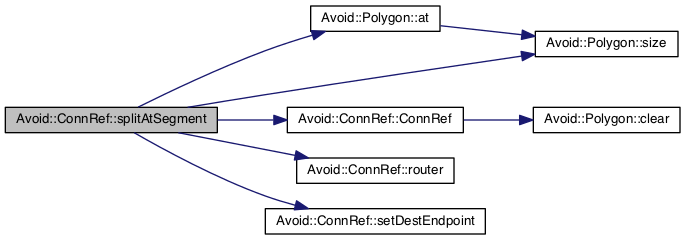
Earlier version of the Graphviz export documentation/classAvoid_1_1ConnRef_a372f58a93c0296814de8d4a3075ad5e4_cgraph.png (mjwybrow/adaptagrams). Its source is kept beside it as documentation/classAvoid_1_1ConnRef_a372f58a93c0296814de8d4a3075ad5e4_cgraph.dot.
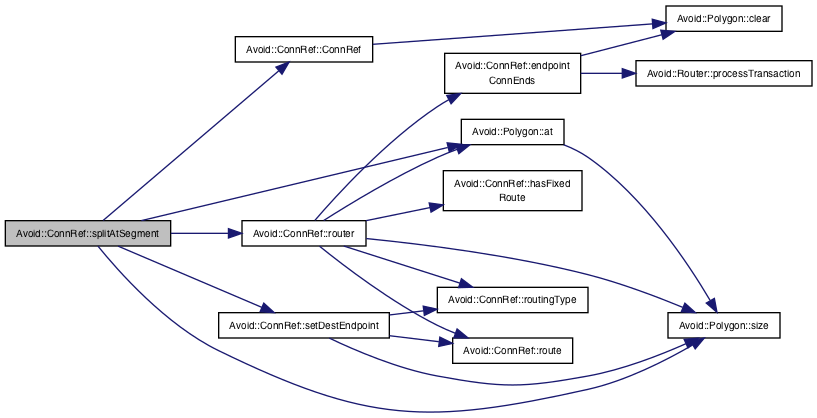
After the commit.

Change to the diagram source:
```diff
@@ -3,18 +3,34 @@
   edge [fontname="Helvetica",fontsize="10",labelfontname="Helvetica",labelfontsize="10"];
   node [fontname="Helvetica",fontsize="10",shape=record];
   rankdir="LR";
-  Node1 [label="Avoid::ConnRef::splitAtSegment",height=0.2,width=0.4,color="black", fillcolor="grey75", style="filled", fontcolor="black"];
-  Node1 -> Node2 [color="midnightblue",fontsize="10",style="solid",fontname="Helvetica"];
-  Node2 [label="Avoid::Polygon::at",height=0.2,width=0.4,color="black", fillcolor="white", style="filled",URL="$classAvoid_1_1Polygon.html#a4980ff614840f746cc539a021128fc96",tooltip="Returns a specific point in the polygon. "];
-  Node2 -> Node3 [color="midnightblue",fontsize="10",style="solid",fontname="Helvetica"];
-  Node3 [label="Avoid::Polygon::size",height=0.2,width=0.4,color="black", fillcolor="white", style="filled",URL="$classAvoid_1_1Polygon.html#a58c011bded47396fb1bbda2c1eeb9552",tooltip="Returns the number of points in this polygon. "];
-  Node1 -> Node4 [color="midnightblue",fontsize="10",style="solid",fontname="Helvetica"];
-  Node4 [label="Avoid::ConnRef::ConnRef",height=0.2,width=0.4,color="black", fillcolor="white", style="filled",URL="$classAvoid_1_1ConnRef.html#a2e08b9bb04ccf383700487932f13c980",tooltip="Constructs a connector with no endpoints specified. "];
-  Node4 -> Node5 [color="midnightblue",fontsize="10",style="solid",fontname="Helvetica"];
-  Node5 [label="Avoid::Polygon::clear",height=0.2,width=0.4,color="black", fillcolor="white", style="filled",URL="$classAvoid_1_1Polygon.html#aae0e8e58b2f358ec3f203a5e6485c660",tooltip="Resets this to the empty polygon. "];
-  Node1 -> Node6 [color="midnightblue",fontsize="10",style="solid",fontname="Helvetica"];
-  Node6 [label="Avoid::ConnRef::router",height=0.2,width=0.4,color="black", fillcolor="white", style="filled",URL="$classAvoid_1_1ConnRef.html#afdf38806b8b56e43300646a7db58443a",tooltip="Returns a pointer to the router scene this connector is in. "];
-  Node1 -> Node7 [color="midnightblue",fontsize="10",style="solid",fontname="Helvetica"];
-  Node7 [label="Avoid::ConnRef::setDestEndpoint",height=0.2,width=0.4,color="black", fillcolor="white", style="filled",URL="$classAvoid_1_1ConnRef.html#a7b216c9aa42811f1f2786adbda84f02e",tooltip="Sets just a new destination endpoint for this connector. "];
-  Node1 -> Node3 [color="midnightblue",fontsize="10",style="solid",fontname="Helvetica"];
+  Node105 [label="Avoid::ConnRef::splitAtSegment",height=0.2,width=0.4,color="black", fillcolor="grey75", style="filled", fontcolor="black"];
+  Node105 -> Node106 [color="midnightblue",fontsize="10",style="solid",fontname="Helvetica"];
+  Node106 [label="Avoid::Polygon::at",height=0.2,width=0.4,color="black", fillcolor="white", style="filled",URL="$classAvoid_1_1Polygon.html#ab2772d0cf1d0aad817a9814e20fce5ab",tooltip="Returns a specific point in the polygon. "];
+  Node106 -> Node107 [color="midnightblue",fontsize="10",style="solid",fontname="Helvetica"];
+  Node107 [label="Avoid::Polygon::size",height=0.2,width=0.4,color="black", fillcolor="white", style="filled",URL="$classAvoid_1_1Polygon.html#a2f9e9c8c78407eefbde944e663d9711e",tooltip="Returns the number of points in this polygon. "];
+  Node105 -> Node108 [color="midnightblue",fontsize="10",style="solid",fontname="Helvetica"];
+  Node108 [label="Avoid::ConnRef::ConnRef",height=0.2,width=0.4,color="black", fillcolor="white", style="filled",URL="$classAvoid_1_1ConnRef.html#a2e08b9bb04ccf383700487932f13c980",tooltip="Constructs a connector with no endpoints specified. "];
+  Node108 -> Node109 [color="midnightblue",fontsize="10",style="solid",fontname="Helvetica"];
+  Node109 [label="Avoid::Polygon::clear",height=0.2,width=0.4,color="black", fillcolor="white", style="filled",URL="$classAvoid_1_1Polygon.html#aae0e8e58b2f358ec3f203a5e6485c660",tooltip="Resets this to the empty polygon. "];
+  Node105 -> Node110 [color="midnightblue",fontsize="10",style="solid",fontname="Helvetica"];
+  Node110 [label="Avoid::ConnRef::router",height=0.2,width=0.4,color="black", fillcolor="white", style="filled",URL="$classAvoid_1_1ConnRef.html#ace9257a67e94c7899c75af0362e5836f",tooltip="Returns a pointer to the router scene this connector is in. "];
+  Node110 -> Node106 [color="midnightblue",fontsize="10",style="solid",fontname="Helvetica"];
+  Node110 -> Node111 [color="midnightblue",fontsize="10",style="solid",fontname="Helvetica"];
+  Node111 [label="Avoid::ConnRef::endpoint\lConnEnds",height=0.2,width=0.4,color="black", fillcolor="white", style="filled",URL="$classAvoid_1_1ConnRef.html#abb7f970e8bee1ccf69a0d5521ca1f177",tooltip="Returns ConnEnds specifying what this connector is attached to. "];
+  Node111 -> Node109 [color="midnightblue",fontsize="10",style="solid",fontname="Helvetica"];
+  Node111 -> Node112 [color="midnightblue",fontsize="10",style="solid",fontname="Helvetica"];
+  Node112 [label="Avoid::Router::processTransaction",height=0.2,width=0.4,color="black", fillcolor="white", style="filled",URL="$classAvoid_1_1Router.html#ac4497126d8d4c76a122af565260941fc",tooltip="Finishes the current transaction and processes all the queued object changes efficiently. "];
+  Node110 -> Node113 [color="midnightblue",fontsize="10",style="solid",fontname="Helvetica"];
+  Node113 [label="Avoid::ConnRef::hasFixed\lRoute",height=0.2,width=0.4,color="black", fillcolor="white", style="filled",URL="$classAvoid_1_1ConnRef.html#a5e6c783ffb50b315769f1a0c29597136",tooltip="Returns whether the connector route is marked as fixed. "];
+  Node110 -> Node114 [color="midnightblue",fontsize="10",style="solid",fontname="Helvetica"];
+  Node114 [label="Avoid::ConnRef::route",height=0.2,width=0.4,color="black", fillcolor="white", style="filled",URL="$classAvoid_1_1ConnRef.html#a0d90245fbe772d30723bd578efa3a45d",tooltip="Returns a reference to the current raw \"debug\" route for the connector. "];
+  Node110 -> Node115 [color="midnightblue",fontsize="10",style="solid",fontname="Helvetica"];
+  Node115 [label="Avoid::ConnRef::routingType",height=0.2,width=0.4,color="black", fillcolor="white", style="filled",URL="$classAvoid_1_1ConnRef.html#a2689d4fde1f3489976324abb04bcab72",tooltip="Returns the type of routing performed for this connector. "];
+  Node110 -> Node107 [color="midnightblue",fontsize="10",style="solid",fontname="Helvetica"];
+  Node105 -> Node116 [color="midnightblue",fontsize="10",style="solid",fontname="Helvetica"];
+  Node116 [label="Avoid::ConnRef::setDestEndpoint",height=0.2,width=0.4,color="black", fillcolor="white", style="filled",URL="$classAvoid_1_1ConnRef.html#a7b216c9aa42811f1f2786adbda84f02e",tooltip="Sets just a new destination endpoint for this connector. "];
+  Node116 -> Node114 [color="midnightblue",fontsize="10",style="solid",fontname="Helvetica"];
+  Node116 -> Node115 [color="midnightblue",fontsize="10",style="solid",fontname="Helvetica"];
+  Node116 -> Node107 [color="midnightblue",fontsize="10",style="solid",fontname="Helvetica"];
+  Node105 -> Node107 [color="midnightblue",fontsize="10",style="solid",fontname="Helvetica"];
 }
```
